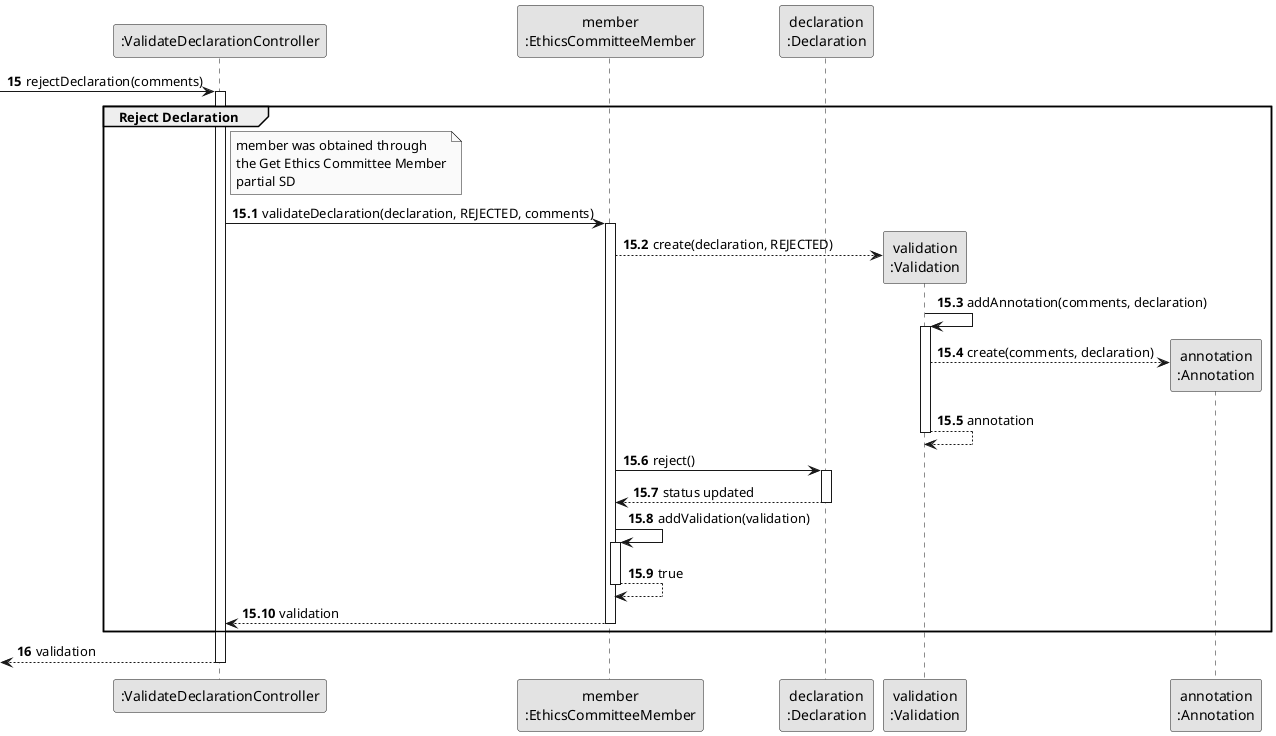
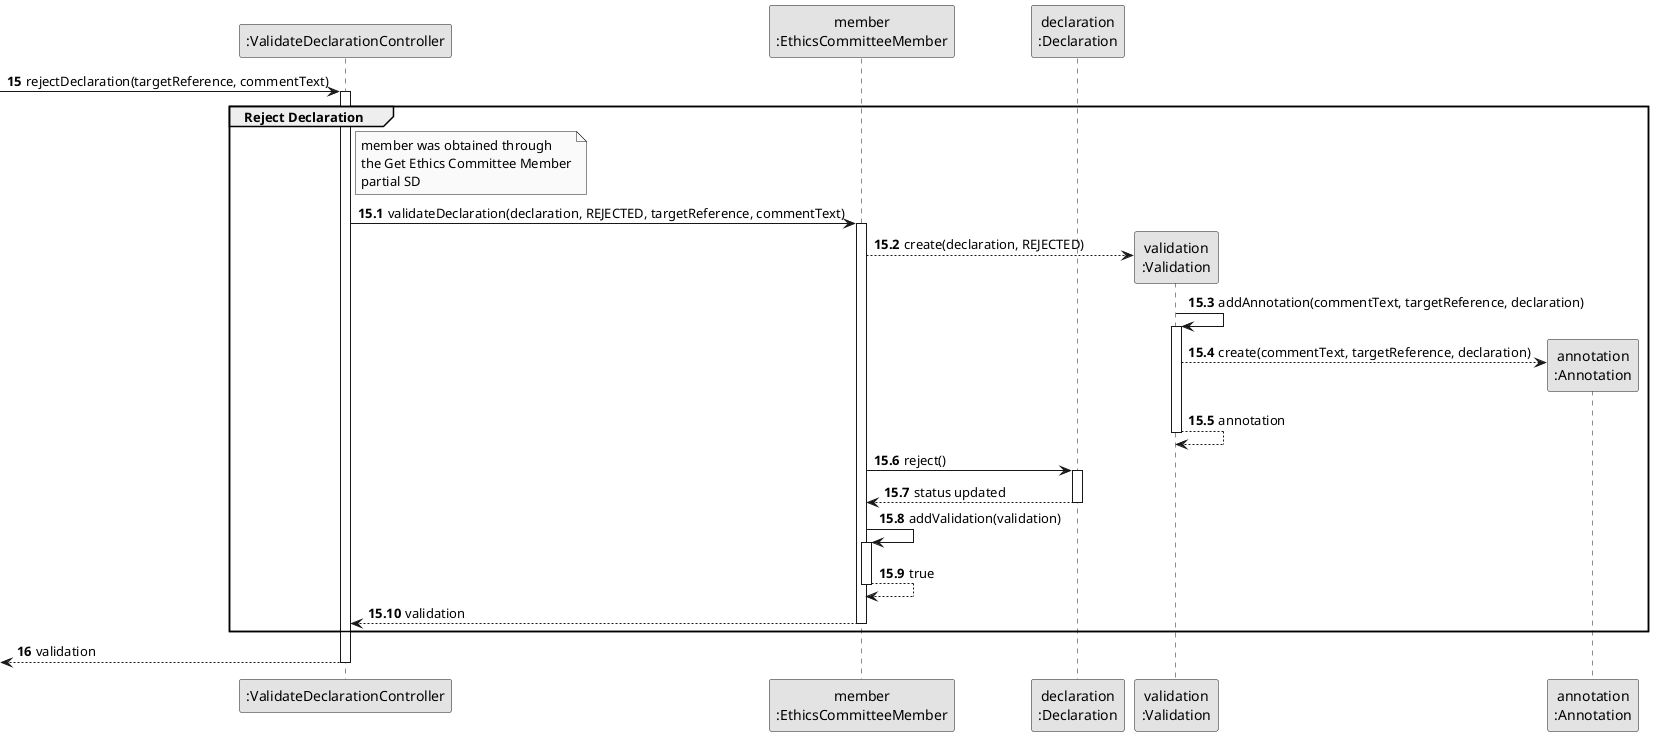
@startuml
skinparam monochrome true
skinparam packageStyle rectangle
skinparam shadowing false

participant ":ValidateDeclarationController" as CTRL
participant "member\n:EthicsCommitteeMember" as MEMBER
participant "declaration\n:Declaration" as DECL
participant "validation\n:Validation" as VALIDATION
participant "annotation\n:Annotation" as ANNOTATION

autonumber 15
- -> CTRL : rejectDeclaration(comments)
+ -> CTRL : rejectDeclaration(targetReference, commentText)

autonumber 15.1
activate CTRL

    group Reject Declaration

        note right of CTRL
            member was obtained through
            the Get Ethics Committee Member
            partial SD
        end note

-         CTRL -> MEMBER : validateDeclaration(declaration, REJECTED, comments)
+         CTRL -> MEMBER : validateDeclaration(declaration, REJECTED, targetReference, commentText)
        activate MEMBER
            MEMBER --> VALIDATION** : create(declaration, REJECTED)

-             VALIDATION -> VALIDATION : addAnnotation(comments, declaration)
+             VALIDATION -> VALIDATION : addAnnotation(commentText, targetReference, declaration)
            activate VALIDATION
-                 VALIDATION --> ANNOTATION** : create(comments, declaration)
+                 VALIDATION --> ANNOTATION** : create(commentText, targetReference, declaration)
                VALIDATION --> VALIDATION : annotation
            deactivate VALIDATION

            MEMBER -> DECL : reject()
            activate DECL
                DECL --> MEMBER : status updated
            deactivate DECL

            MEMBER -> MEMBER : addValidation(validation)
            activate MEMBER
                MEMBER --> MEMBER : true
            deactivate MEMBER

            MEMBER --> CTRL : validation
        deactivate MEMBER

    end

    autonumber 16
    <-- CTRL : validation

deactivate CTRL

- @enduml+ @enduml
